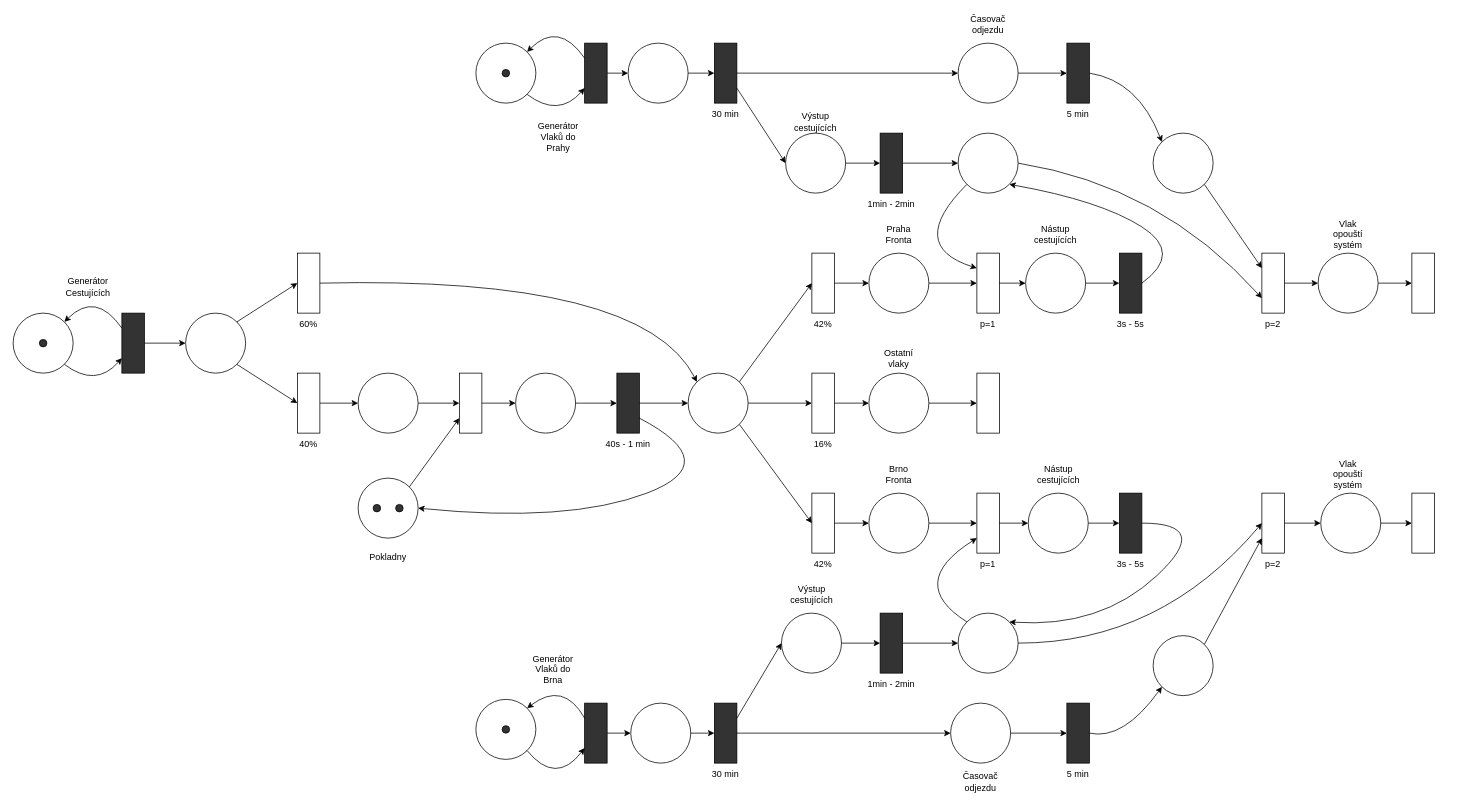
Above: IMS_PetrihoSit.drawio in MikiiN/IMS-proj (draw.io), before the change. Source tidied: cells renumbered, new cells numbered last; positions are measured from the earlier drawing's top-left corner, leaving out a move shared by most shapes. Both pictures are drawn from the tidied source at 75%, with x=0, y=0 at pixel (13, 13).
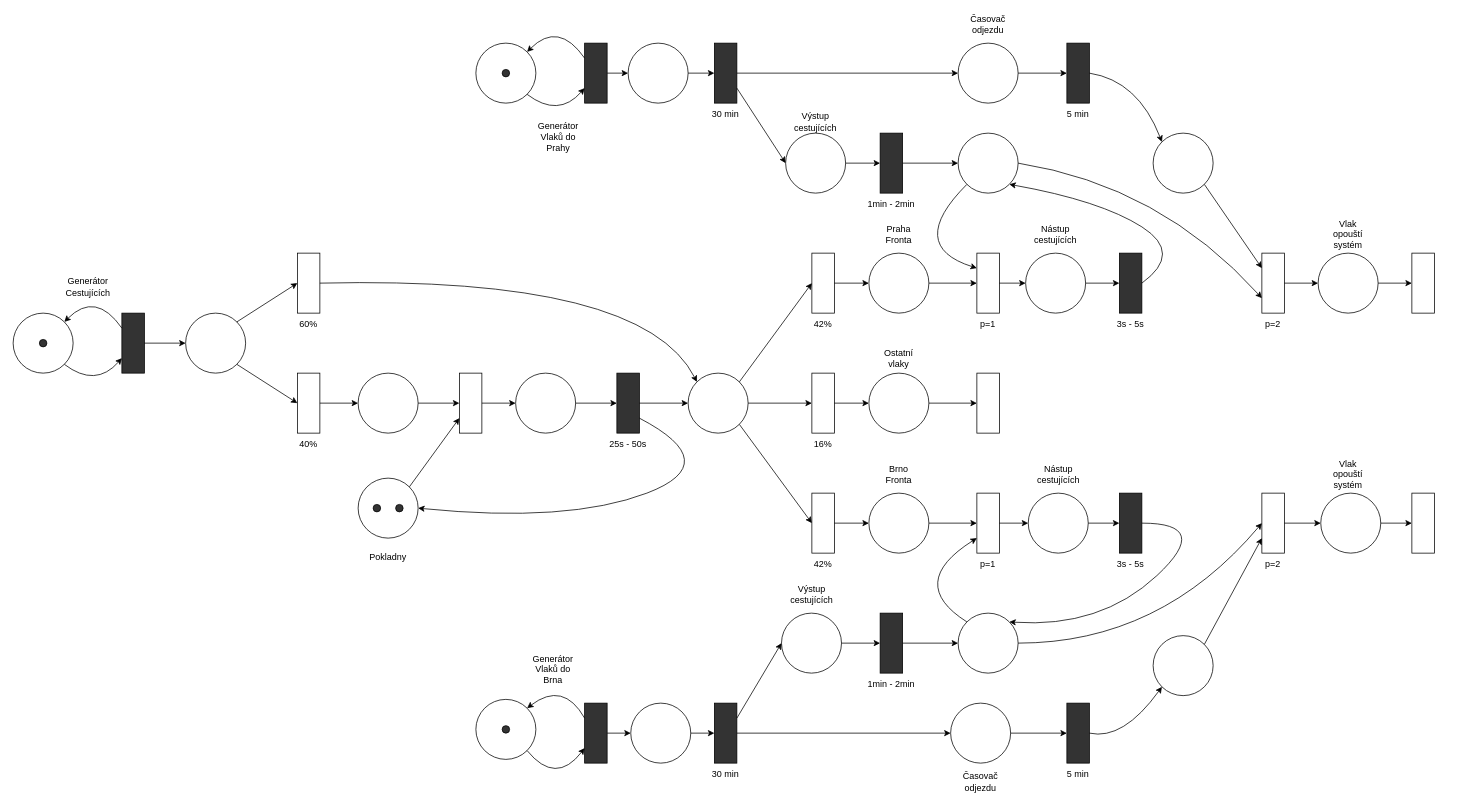
After the change.

Unchanged cells that the change refers to:
```xml
<mxCell id="31" style="group;" parent="1" vertex="1">
  <mxGeometry x="790" y="480" width="70" height="110" as="geometry" />
</mxCell>
```

Change to the diagram source:
```diff
@@
-    <mxCell id="33" value="40s - 1 min" style="text;html=1;strokeColor=none;fillColor=none;align=center;verticalAlign=middle;whiteSpace=wrap;rounded=0;" parent="31" vertex="1">
+    <mxCell id="33" value="25s - 50s" style="text;html=1;strokeColor=none;fillColor=none;align=center;verticalAlign=middle;whiteSpace=wrap;rounded=0;" parent="31" vertex="1">
       <mxGeometry x="-10" y="80" width="80" height="30" as="geometry" />
     </mxCell>
```
